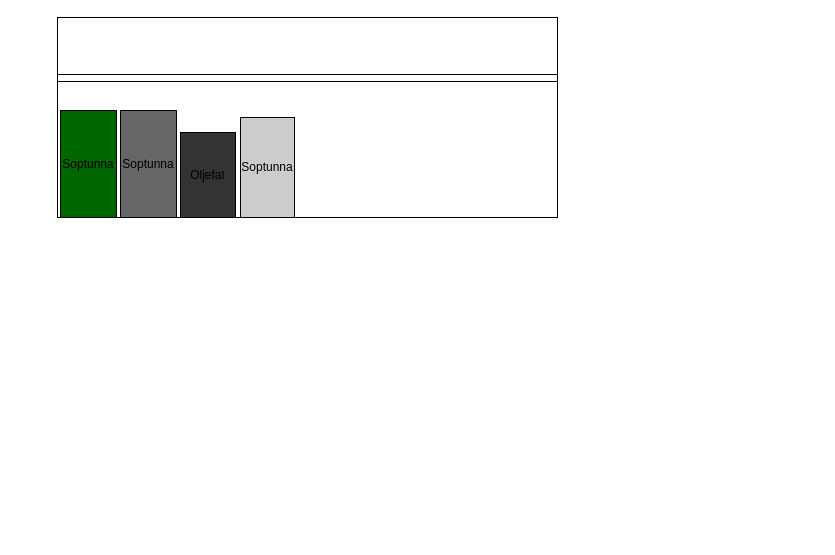
Before: Namnlöst diagram.drawio in ropaolle/sources, a draw.io diagram. Source tidied: cells renumbered, new cells numbered last; positions are measured from the earlier drawing's top-left corner, leaving out a move shared by most shapes. Both pictures are drawn from the tidied source at 100%, with x=0, y=0 at pixel (57, 17).
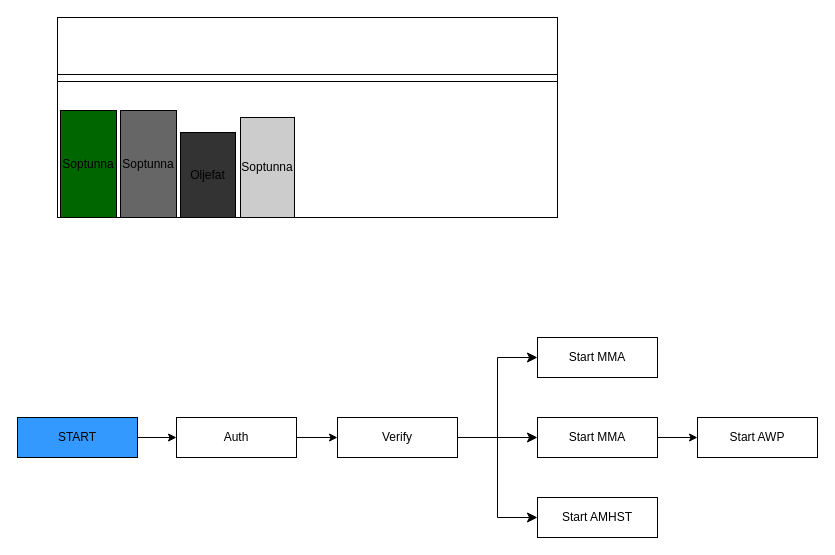
The same page after the edit.

The edit, as a diff of the source:
```diff
@@
+    <mxCell id="8" value="START" style="rounded=0;whiteSpace=wrap;html=1;fillColor=#3399FF;" parent="1" vertex="1">
+      <mxGeometry x="-40" y="400" width="120" height="40" as="geometry" />
+    </mxCell>
+    <mxCell id="9" value="Auth" style="rounded=0;whiteSpace=wrap;html=1;" parent="1" vertex="1">
+      <mxGeometry x="119" y="400" width="120" height="40" as="geometry" />
+    </mxCell>
+    <mxCell id="10" value="Start MMA" style="rounded=0;whiteSpace=wrap;html=1;" parent="1" vertex="1">
+      <mxGeometry x="480" y="320" width="120" height="40" as="geometry" />
+    </mxCell>
+    <mxCell id="11" style="endArrow=classic;html=1;rounded=0;exitX=1;exitY=0.5;exitDx=0;exitDy=0;" parent="1" edge="1" source="8" target="9">
+      <mxGeometry relative="1" as="geometry" />
+    </mxCell>
+    <mxCell id="12" style="endArrow=classic;html=1;rounded=0;entryX=0;entryY=0.5;entryDx=0;entryDy=0;exitX=1;exitY=0.5;exitDx=0;exitDy=0;" parent="1" edge="1" source="9" target="13">
+      <mxGeometry relative="1" as="geometry" />
+    </mxCell>
+    <mxCell id="13" value="Verify" style="rounded=0;whiteSpace=wrap;html=1;" parent="1" vertex="1">
+      <mxGeometry x="280" y="400" width="120" height="40" as="geometry" />
+    </mxCell>
+    <mxCell id="14" value="Start MMA" style="rounded=0;whiteSpace=wrap;html=1;" parent="1" vertex="1">
+      <mxGeometry x="480" y="400" width="120" height="40" as="geometry" />
+    </mxCell>
+    <mxCell id="15" style="edgeStyle=elbowEdgeStyle;elbow=horizontal;endArrow=classic;html=1;curved=0;rounded=0;endSize=8;startSize=8;exitX=1;exitY=0.5;exitDx=0;exitDy=0;entryX=0;entryY=0.5;entryDx=0;entryDy=0;" parent="1" edge="1" source="13" target="16">
+      <mxGeometry relative="1" as="geometry" />
+    </mxCell>
+    <mxCell id="16" value="Start AMHST" style="rounded=0;whiteSpace=wrap;html=1;" parent="1" vertex="1">
+      <mxGeometry x="480" y="480" width="120" height="40" as="geometry" />
+    </mxCell>
+    <mxCell id="17" style="edgeStyle=elbowEdgeStyle;elbow=horizontal;endArrow=classic;html=1;curved=0;rounded=0;endSize=8;startSize=8;exitX=1;exitY=0.5;exitDx=0;exitDy=0;entryX=0;entryY=0.5;entryDx=0;entryDy=0;" parent="1" edge="1" source="13" target="14">
+      <mxGeometry relative="1" as="geometry" />
+    </mxCell>
+    <mxCell id="18" style="edgeStyle=elbowEdgeStyle;elbow=horizontal;endArrow=classic;html=1;curved=0;rounded=0;endSize=8;startSize=8;exitX=1;exitY=0.5;exitDx=0;exitDy=0;entryX=0;entryY=0.5;entryDx=0;entryDy=0;" parent="1" edge="1" source="13" target="10">
+      <mxGeometry relative="1" as="geometry" />
+    </mxCell>
+    <mxCell id="19" value="Start AWP" style="rounded=0;whiteSpace=wrap;html=1;" parent="1" vertex="1">
+      <mxGeometry x="640" y="400" width="120" height="40" as="geometry" />
+    </mxCell>
+    <mxCell id="20" style="endArrow=classic;html=1;rounded=0;entryX=0;entryY=0.5;entryDx=0;entryDy=0;exitX=1;exitY=0.5;exitDx=0;exitDy=0;" parent="1" edge="1" source="14" target="19">
+      <mxGeometry relative="1" as="geometry" />
+    </mxCell>
```
